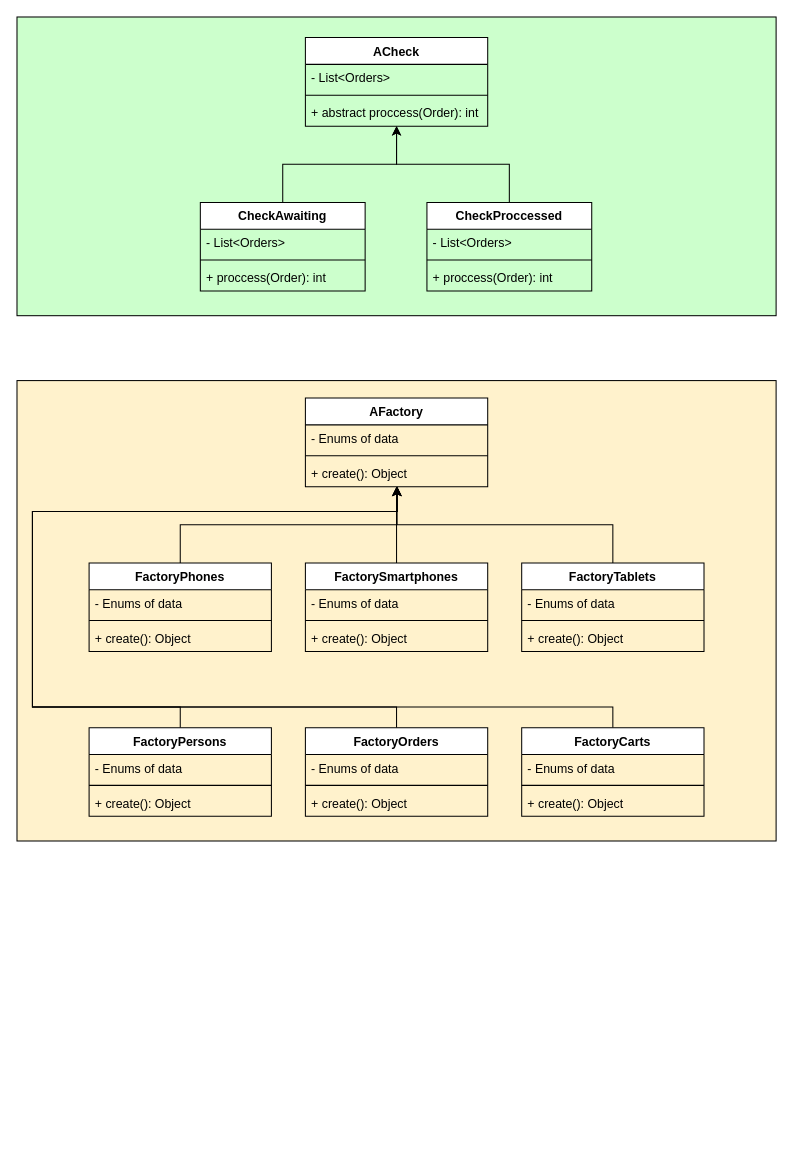
This is src/ru/eltex/app/java/lab4/Classes Diagram.drawio from Fake-Make/EltexJava, a draw.io file, before an edit. Source tidied: cells renumbered, new cells numbered last; positions are measured from the earlier drawing's top-left corner, leaving out a move shared by most shapes. Both pictures are drawn from the tidied source at 103%, with x=0, y=0 at pixel (16, 16).
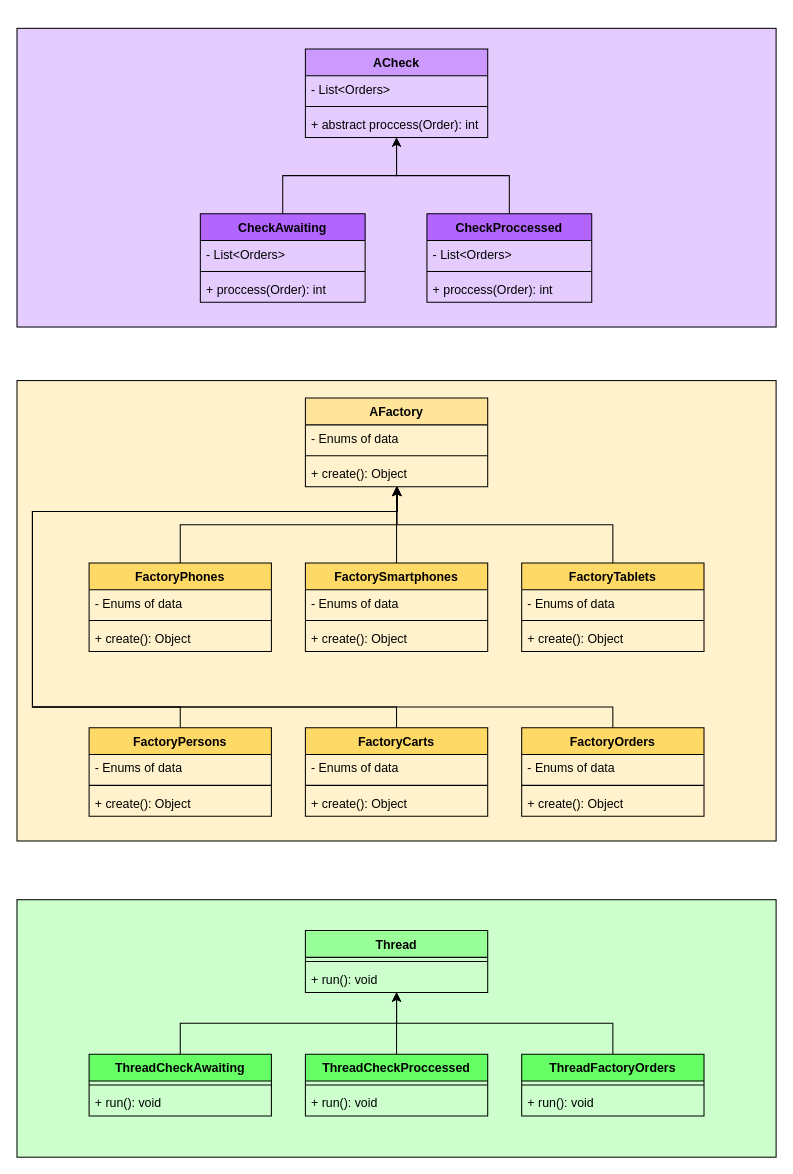
The same diagram, later.

Commit message:
Thread heirs added to Classes Diagram

Diff of the diagram source:
```diff
@@
+    <mxCell id="52" style="rounded=0;whiteSpace=wrap;html=1;fillColor=#CCFFCC;" parent="1" vertex="1">
+      <mxGeometry y="857" width="737" height="250" as="geometry" />
+    </mxCell>
-    <mxCell id="2" style="rounded=0;whiteSpace=wrap;html=1;fillColor=#CCFFCC;" parent="1" vertex="1">
-      <mxGeometry width="737" height="290" as="geometry" />
+    <mxCell id="2" style="rounded=0;whiteSpace=wrap;html=1;fillColor=#E5CCFF;" parent="1" vertex="1">
+      <mxGeometry y="11" width="737" height="290" as="geometry" />
     </mxCell>
@@
-    <mxCell id="4" value="ACheck" style="swimlane;fontStyle=1;align=center;verticalAlign=top;horizontal=1;startSize=26;" parent="1" vertex="1">
-      <mxGeometry x="280" y="20" width="177" height="86" as="geometry" />
+    <mxCell id="4" value="ACheck" style="swimlane;fontStyle=1;align=center;verticalAlign=top;horizontal=1;startSize=26;fillColor=#CC99FF;" parent="1" vertex="1">
+      <mxGeometry x="280" y="31" width="177" height="86" as="geometry" />
     </mxCell>
@@
-    <mxCell id="9" value="CheckAwaiting" style="swimlane;fontStyle=1;align=center;verticalAlign=top;horizontal=1;startSize=26;" parent="1" vertex="1">
-      <mxGeometry x="178" y="180" width="160" height="86" as="geometry" />
+    <mxCell id="9" value="CheckAwaiting" style="swimlane;fontStyle=1;align=center;verticalAlign=top;horizontal=1;startSize=26;fillColor=#B266FF;" parent="1" vertex="1">
+      <mxGeometry x="178" y="191" width="160" height="86" as="geometry" />
     </mxCell>
@@
-    <mxCell id="14" value="CheckProccessed" style="swimlane;fontStyle=1;align=center;verticalAlign=top;horizontal=1;startSize=26;" parent="1" vertex="1">
-      <mxGeometry x="398" y="180" width="160" height="86" as="geometry" />
+    <mxCell id="14" value="CheckProccessed" style="swimlane;fontStyle=1;align=center;verticalAlign=top;horizontal=1;startSize=26;fillColor=#B266FF;" parent="1" vertex="1">
+      <mxGeometry x="398" y="191" width="160" height="86" as="geometry" />
     </mxCell>
@@
-    <mxCell id="18" value="AFactory" style="swimlane;fontStyle=1;align=center;verticalAlign=top;horizontal=1;startSize=26;" parent="1" vertex="1">
+    <mxCell id="18" value="AFactory" style="swimlane;fontStyle=1;align=center;verticalAlign=top;horizontal=1;startSize=26;fillColor=#FFE599;" parent="1" vertex="1">
       <mxGeometry x="280" y="370" width="177" height="86" as="geometry" />
     </mxCell>
@@
-    <mxCell id="23" value="FactoryPhones" style="swimlane;fontStyle=1;align=center;verticalAlign=top;horizontal=1;startSize=26;" parent="1" vertex="1">
+    <mxCell id="23" value="FactoryPhones" style="swimlane;fontStyle=1;align=center;verticalAlign=top;horizontal=1;startSize=26;fillColor=#FFD966;" parent="1" vertex="1">
       <mxGeometry x="70" y="530" width="177" height="86" as="geometry" />
     </mxCell>
@@
-    <mxCell id="28" value="FactorySmartphones" style="swimlane;fontStyle=1;align=center;verticalAlign=top;horizontal=1;startSize=26;" parent="1" vertex="1">
+    <mxCell id="28" value="FactorySmartphones" style="swimlane;fontStyle=1;align=center;verticalAlign=top;horizontal=1;startSize=26;fillColor=#FFD966;" parent="1" vertex="1">
       <mxGeometry x="280" y="530" width="177" height="86" as="geometry" />
     </mxCell>
@@
-    <mxCell id="33" value="FactoryTablets" style="swimlane;fontStyle=1;align=center;verticalAlign=top;horizontal=1;startSize=26;" parent="1" vertex="1">
+    <mxCell id="33" value="FactoryTablets" style="swimlane;fontStyle=1;align=center;verticalAlign=top;horizontal=1;startSize=26;fillColor=#FFD966;" parent="1" vertex="1">
       <mxGeometry x="490" y="530" width="177" height="86" as="geometry" />
     </mxCell>
@@
-    <mxCell id="38" value="FactoryPersons" style="swimlane;fontStyle=1;align=center;verticalAlign=top;horizontal=1;startSize=26;" parent="1" vertex="1">
+    <mxCell id="38" value="FactoryPersons" style="swimlane;fontStyle=1;align=center;verticalAlign=top;horizontal=1;startSize=26;fillColor=#FFD966;" parent="1" vertex="1">
       <mxGeometry x="70" y="690" width="177" height="86" as="geometry" />
     </mxCell>
@@
-    <mxCell id="43" value="FactoryOrders" style="swimlane;fontStyle=1;align=center;verticalAlign=top;horizontal=1;startSize=26;" parent="1" vertex="1">
+    <mxCell id="43" value="FactoryCarts" style="swimlane;fontStyle=1;align=center;verticalAlign=top;horizontal=1;startSize=26;fillColor=#FFD966;" parent="1" vertex="1">
       <mxGeometry x="280" y="690" width="177" height="86" as="geometry" />
     </mxCell>
@@
-    <mxCell id="48" value="FactoryCarts" style="swimlane;fontStyle=1;align=center;verticalAlign=top;horizontal=1;startSize=26;" parent="1" vertex="1">
+    <mxCell id="48" value="FactoryOrders" style="swimlane;fontStyle=1;align=center;verticalAlign=top;horizontal=1;startSize=26;fillColor=#FFD966;" parent="1" vertex="1">
       <mxGeometry x="490" y="690" width="177" height="86" as="geometry" />
     </mxCell>
@@
+    <mxCell id="53" value="Thread" style="swimlane;fontStyle=1;align=center;verticalAlign=top;horizontal=1;startSize=26;fillColor=#99FF99;" parent="1" vertex="1">
+      <mxGeometry x="280" y="887" width="177" height="60" as="geometry" />
+    </mxCell>
+    <mxCell id="54" style="line;strokeWidth=1;fillColor=none;align=left;verticalAlign=middle;spacingTop=-1;spacingLeft=3;spacingRight=3;labelPosition=right;" parent="53" vertex="1">
+      <mxGeometry y="26" width="177" height="8" as="geometry" />
+    </mxCell>
+    <mxCell id="55" value="+ run(): void" style="text;strokeColor=none;fillColor=none;align=left;verticalAlign=top;spacingLeft=4;spacingRight=4;overflow=hidden;" parent="53" vertex="1">
+      <mxGeometry y="34" width="177" height="26" as="geometry" />
+    </mxCell>
+    <mxCell id="56" style="edgeStyle=orthogonalEdgeStyle;rounded=0;jettySize=auto;html=1;exitX=0.5;exitY=0;exitDx=0;exitDy=0;" parent="1" edge="1" source="57" target="53">
+      <mxGeometry relative="1" as="geometry" />
+    </mxCell>
+    <mxCell id="57" value="ThreadCheckAwaiting" style="swimlane;fontStyle=1;align=center;verticalAlign=top;horizontal=1;startSize=26;fillColor=#66FF66;" parent="1" vertex="1">
+      <mxGeometry x="70" y="1007" width="177" height="60" as="geometry" />
+    </mxCell>
+    <mxCell id="58" style="line;strokeWidth=1;fillColor=none;align=left;verticalAlign=middle;spacingTop=-1;spacingLeft=3;spacingRight=3;labelPosition=right;" parent="57" vertex="1">
+      <mxGeometry y="26" width="177" height="8" as="geometry" />
+    </mxCell>
+    <mxCell id="59" value="+ run(): void" style="text;strokeColor=none;fillColor=none;align=left;verticalAlign=top;spacingLeft=4;spacingRight=4;overflow=hidden;" parent="57" vertex="1">
+      <mxGeometry y="34" width="177" height="26" as="geometry" />
+    </mxCell>
+    <mxCell id="60" style="edgeStyle=orthogonalEdgeStyle;rounded=0;jettySize=auto;html=1;exitX=0.5;exitY=0;exitDx=0;exitDy=0;" parent="1" edge="1" source="61" target="53">
+      <mxGeometry relative="1" as="geometry" />
+    </mxCell>
+    <mxCell id="61" value="ThreadCheckProccessed" style="swimlane;fontStyle=1;align=center;verticalAlign=top;horizontal=1;startSize=26;fillColor=#66FF66;" parent="1" vertex="1">
+      <mxGeometry x="280" y="1007" width="177" height="60" as="geometry" />
+    </mxCell>
+    <mxCell id="62" style="line;strokeWidth=1;fillColor=none;align=left;verticalAlign=middle;spacingTop=-1;spacingLeft=3;spacingRight=3;labelPosition=right;" parent="61" vertex="1">
+      <mxGeometry y="26" width="177" height="8" as="geometry" />
+    </mxCell>
+    <mxCell id="63" value="+ run(): void" style="text;strokeColor=none;fillColor=none;align=left;verticalAlign=top;spacingLeft=4;spacingRight=4;overflow=hidden;" parent="61" vertex="1">
+      <mxGeometry y="34" width="177" height="26" as="geometry" />
+    </mxCell>
+    <mxCell id="64" style="edgeStyle=orthogonalEdgeStyle;rounded=0;jettySize=auto;html=1;exitX=0.5;exitY=0;exitDx=0;exitDy=0;" parent="1" edge="1" source="65" target="53">
+      <mxGeometry relative="1" as="geometry" />
+    </mxCell>
+    <mxCell id="65" value="ThreadFactoryOrders" style="swimlane;fontStyle=1;align=center;verticalAlign=top;horizontal=1;startSize=26;fillColor=#66FF66;" parent="1" vertex="1">
+      <mxGeometry x="490" y="1007" width="177" height="60" as="geometry" />
+    </mxCell>
+    <mxCell id="66" style="line;strokeWidth=1;fillColor=none;align=left;verticalAlign=middle;spacingTop=-1;spacingLeft=3;spacingRight=3;labelPosition=right;" parent="65" vertex="1">
+      <mxGeometry y="26" width="177" height="8" as="geometry" />
+    </mxCell>
+    <mxCell id="67" value="+ run(): void" style="text;strokeColor=none;fillColor=none;align=left;verticalAlign=top;spacingLeft=4;spacingRight=4;overflow=hidden;" parent="65" vertex="1">
+      <mxGeometry y="34" width="177" height="26" as="geometry" />
+    </mxCell>
```
